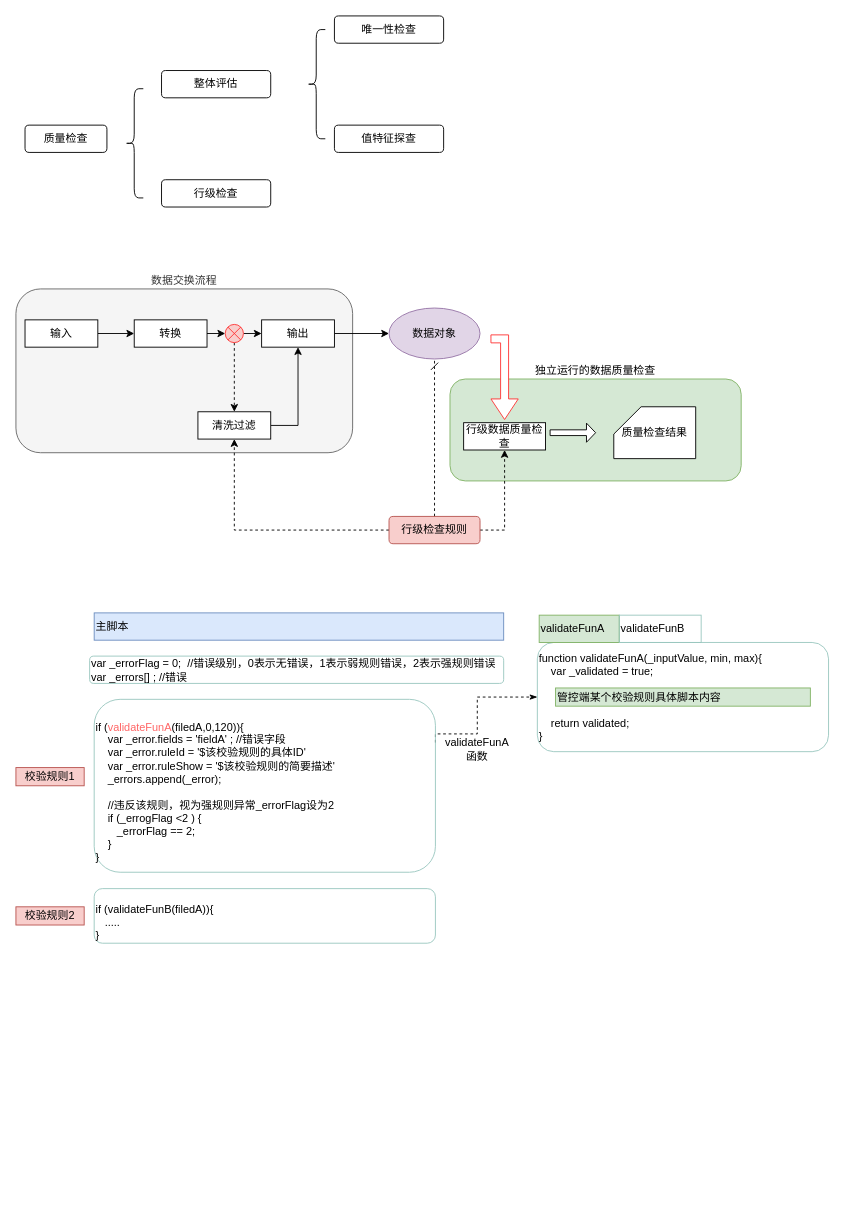
Before: page "Page-1" (1 of 4) of 数据质量.drawio in JefferNew/data2wisdom, a draw.io diagram. Source tidied: cells renumbered, new cells numbered last; positions are measured from the earlier drawing's top-left corner, leaving out a move shared by most shapes. Both pictures are drawn from the tidied source at 91%, with x=0, y=0 at pixel (15, 15).
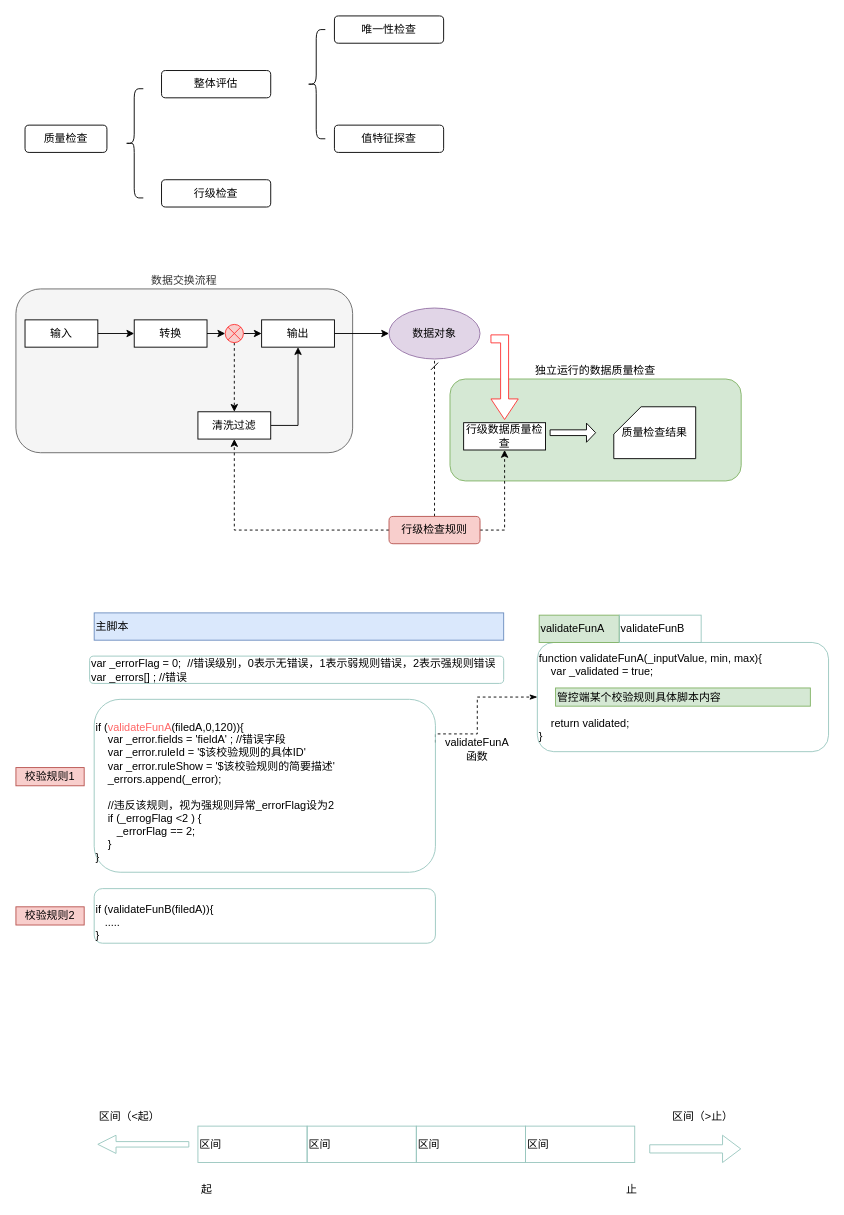
Above is the later version.

What changed in the source:
```diff
@@
+    <mxCell id="43" value="区间" style="rounded=0;whiteSpace=wrap;html=1;strokeColor=#9AC7BF;fillColor=none;align=left;" parent="1" vertex="1">
+      <mxGeometry x="200" y="1220" width="120" height="40" as="geometry" />
+    </mxCell>
+    <mxCell id="44" value="区间" style="rounded=0;whiteSpace=wrap;html=1;strokeColor=#9AC7BF;fillColor=none;align=left;" parent="1" vertex="1">
+      <mxGeometry x="320" y="1220" width="120" height="40" as="geometry" />
+    </mxCell>
+    <mxCell id="45" value="区间" style="rounded=0;whiteSpace=wrap;html=1;strokeColor=#9AC7BF;fillColor=none;align=left;" parent="1" vertex="1">
+      <mxGeometry x="440" y="1220" width="120" height="40" as="geometry" />
+    </mxCell>
+    <mxCell id="46" value="区间" style="rounded=0;whiteSpace=wrap;html=1;strokeColor=#9AC7BF;fillColor=none;align=left;" parent="1" vertex="1">
+      <mxGeometry x="560" y="1220" width="120" height="40" as="geometry" />
+    </mxCell>
+    <mxCell id="47" value="起" style="text;html=1;strokeColor=none;fillColor=none;align=center;verticalAlign=middle;whiteSpace=wrap;rounded=0;" parent="1" vertex="1">
+      <mxGeometry x="190" y="1280" width="40" height="20" as="geometry" />
+    </mxCell>
+    <mxCell id="48" value="止" style="text;html=1;strokeColor=none;fillColor=none;align=center;verticalAlign=middle;whiteSpace=wrap;rounded=0;" parent="1" vertex="1">
+      <mxGeometry x="657" y="1280" width="40" height="20" as="geometry" />
+    </mxCell>
+    <mxCell id="49" style="shape=singleArrow;direction=west;whiteSpace=wrap;html=1;strokeColor=#9AC7BF;fillColor=none;align=left;" parent="1" vertex="1">
+      <mxGeometry x="90" y="1230" width="100" height="20" as="geometry" />
+    </mxCell>
+    <mxCell id="50" style="shape=singleArrow;whiteSpace=wrap;html=1;strokeColor=#9AC7BF;fillColor=none;align=left;" parent="1" vertex="1">
+      <mxGeometry x="696.5" y="1230" width="100" height="30" as="geometry" />
+    </mxCell>
+    <mxCell id="51" value="区间（&amp;lt;起）" style="text;html=1;strokeColor=none;fillColor=none;align=center;verticalAlign=middle;whiteSpace=wrap;rounded=0;" parent="1" vertex="1">
+      <mxGeometry x="90" y="1200" width="70" height="20" as="geometry" />
+    </mxCell>
+    <mxCell id="52" value="区间（&amp;gt;止）" style="text;html=1;strokeColor=none;fillColor=none;align=center;verticalAlign=middle;whiteSpace=wrap;rounded=0;" parent="1" vertex="1">
+      <mxGeometry x="720" y="1200" width="70" height="20" as="geometry" />
+    </mxCell>
```
